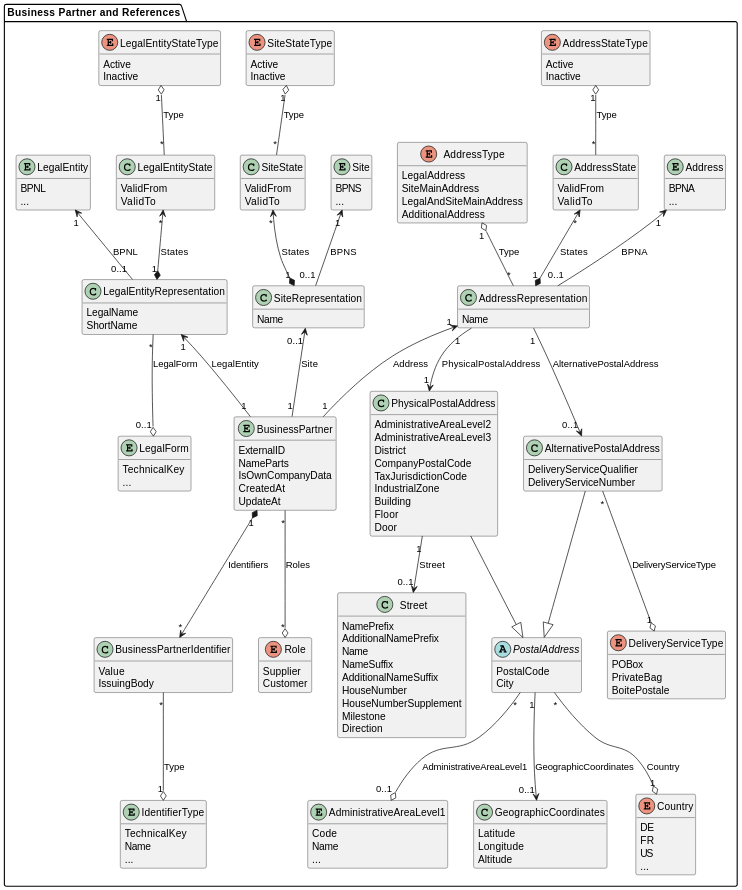
Earlier version of the PlantUML export docs/standards/CX-0074-BusinessPartnerGateAPI/assets/diagrams/class/business-partner.svg (catenax-eV/catenax-ev.github.io). Its diagram source:
```plantuml
@startuml business-partner

skinparam dpi 50

package "Business Partner and References" {
  entity BusinessPartner {
    ExternalID
    NameParts
    IsOwnCompanyData
    CreatedAt
    UpdateAt
  }



  class LegalEntityState {
    ValidFrom
    ValidTo
  }

  enum LegalEntityStateType {
    Active
    Inactive
  }

  class SiteState {
    ValidFrom
    ValidTo
  }

  enum SiteStateType{
      Active
      Inactive
    }

  class AddressState {
    ValidFrom
    ValidTo
  }

  enum AddressStateType{
    Active
    Inactive
  }

  class BusinessPartnerIdentifier {
    Value
    IssuingBody
  }



  entity IdentifierType {
    TechnicalKey
    Name
    ...
  }

  enum Role {
    Supplier
    Customer
  }

  entity LegalForm {
    TechnicalKey
    ...
  }

  entity LegalEntity {
    BPNL
    ...
  }

  class LegalEntityRepresentation {
    LegalName
    ShortName
  }

  entity Site {
    BPNS
    ...
  }

  class SiteRepresentation {
    Name
  }

  entity Address {
    BPNA
    ...
  }

  class AddressRepresentation {
    Name
  }


  class AddressRepresentation { }

  enum AddressType {
    LegalAddress
    SiteMainAddress
    LegalAndSiteMainAddress
    AdditionalAddress
  }

  class AlternativePostalAddress{
    DeliveryServiceQualifier
    DeliveryServiceNumber
  }

  enum DeliveryServiceType {
    POBox
    PrivateBag
    BoitePostale
  }

  class PhysicalPostalAddress{
    AdministrativeAreaLevel2
    AdministrativeAreaLevel3
    District
    CompanyPostalCode
    TaxJurisdictionCode
    IndustrialZone
    Building
    Floor
    Door
  }

  abstract class PostalAddress{
    PostalCode
    City
  }

  enum Country {
    DE
    FR
    US
    ...
  }

  entity AdministrativeAreaLevel1{
    Code
    Name
    ...
  }

  class GeographicCoordinates {
    Latitude
    Longitude
    Altitude
  }

  class Street {
    NamePrefix
    AdditionalNamePrefix
    Name
    NameSuffix
    AdditionalNameSuffix
    HouseNumber
    HouseNumberSupplement
    Milestone
    Direction
  }






  BusinessPartner "1" -u-> "1" LegalEntityRepresentation : LegalEntity
  BusinessPartner "1" -u-> "0..1" SiteRepresentation : Site
  BusinessPartner "1" -u-> "1" AddressRepresentation : Address

  LegalEntityRepresentation "0..1" -u-> "1" LegalEntity : BPNL
  SiteRepresentation "0..1" -u-> "1" Site : BPNS
  AddressRepresentation "0..1" -u-> "1" Address : BPNA

  AddressRepresentation "*" -u-o "1" AddressType : Type
  AddressRepresentation "1" -d-> "0..1" AlternativePostalAddress : AlternativePostalAddress
  AlternativePostalAddress "*" -d-o "1" DeliveryServiceType : DeliveryServiceType
  AlternativePostalAddress -d-|> PostalAddress

  AddressRepresentation "1" -d-> "1" PhysicalPostalAddress : PhysicalPostalAddress
  PhysicalPostalAddress "1" -d-> "0..1" Street : Street
  PhysicalPostalAddress -d-|> PostalAddress

  PostalAddress "*" -d-o "1" Country : Country
  PostalAddress "*" -d-o "0..1" AdministrativeAreaLevel1 : AdministrativeAreaLevel1
  PostalAddress "1" -d-> "0..1" GeographicCoordinates : GeographicCoordinates



  LegalEntityRepresentation "1" *-u-> "*" LegalEntityState : States
  LegalEntityState "*" -u-o "1" LegalEntityStateType : Type

  SiteRepresentation "1" *-u-> "*" SiteState : States
  SiteState "*" -u-o "1" SiteStateType : Type

  AddressRepresentation "1" *-u-> "*" AddressState : States
  AddressState "*" -u-o "1" AddressStateType : Type

  BusinessPartner "1" *-d-> "*" BusinessPartnerIdentifier : Identifiers
  BusinessPartnerIdentifier "*" -d-o "1" IdentifierType : Type

  BusinessPartner "*" -d-o "*" Role : Roles


  LegalEntityRepresentation "*" -d-o "0..1" LegalForm : LegalForm




}

hide methods
hide AddressRepresentation methods
hide LegalEntityRepresentation methods
hide SiteRepresentation methods
@enduml
```
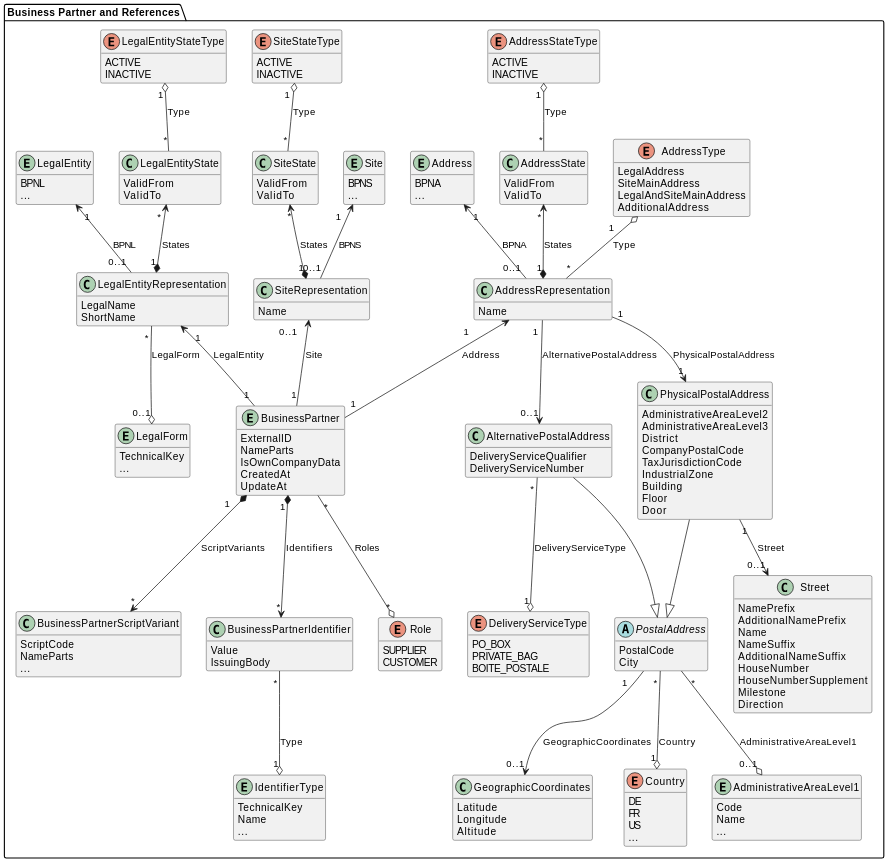
Above is the later version.

Commit message:
docs(0074): add business partner script variants

The edit, as a diff of the source:
```diff
@@ -1,5 +1,4 @@
-@startuml business-partner
-
+@startuml
 skinparam dpi 50
 
 package "Business Partner and References" {
@@ -19,8 +18,8 @@
   }
 
   enum LegalEntityStateType {
-    Active
-    Inactive
+    ACTIVE
+    INACTIVE
   }
 
   class SiteState {
@@ -29,9 +28,9 @@
   }
 
   enum SiteStateType{
-      Active
-      Inactive
-    }
+    ACTIVE
+    INACTIVE
+  }
 
   class AddressState {
     ValidFrom
@@ -39,8 +38,8 @@
   }
 
   enum AddressStateType{
-    Active
-    Inactive
+    ACTIVE
+    INACTIVE
   }
 
   class BusinessPartnerIdentifier {
@@ -57,8 +56,8 @@
   }
 
   enum Role {
-    Supplier
-    Customer
+    SUPPLIER
+    CUSTOMER
   }
 
   entity LegalForm {
@@ -110,9 +109,9 @@
   }
 
   enum DeliveryServiceType {
-    POBox
-    PrivateBag
-    BoitePostale
+    PO_BOX
+    PRIVATE_BAG
+    BOITE_POSTALE
   }
 
   class PhysicalPostalAddress{
@@ -163,10 +162,11 @@
     Direction
   }
 
-
-
-
-
+  class BusinessPartnerScriptVariant {
+    ScriptCode
+    NameParts
+    ...
+  }
 
   BusinessPartner "1" -u-> "1" LegalEntityRepresentation : LegalEntity
   BusinessPartner "1" -u-> "0..1" SiteRepresentation : Site
@@ -208,9 +208,7 @@
 
   LegalEntityRepresentation "*" -d-o "0..1" LegalForm : LegalForm
 
-
-
-
+  BusinessPartner "1" *-d-> "*" BusinessPartnerScriptVariant : ScriptVariants
 }
 
 hide methods
```
